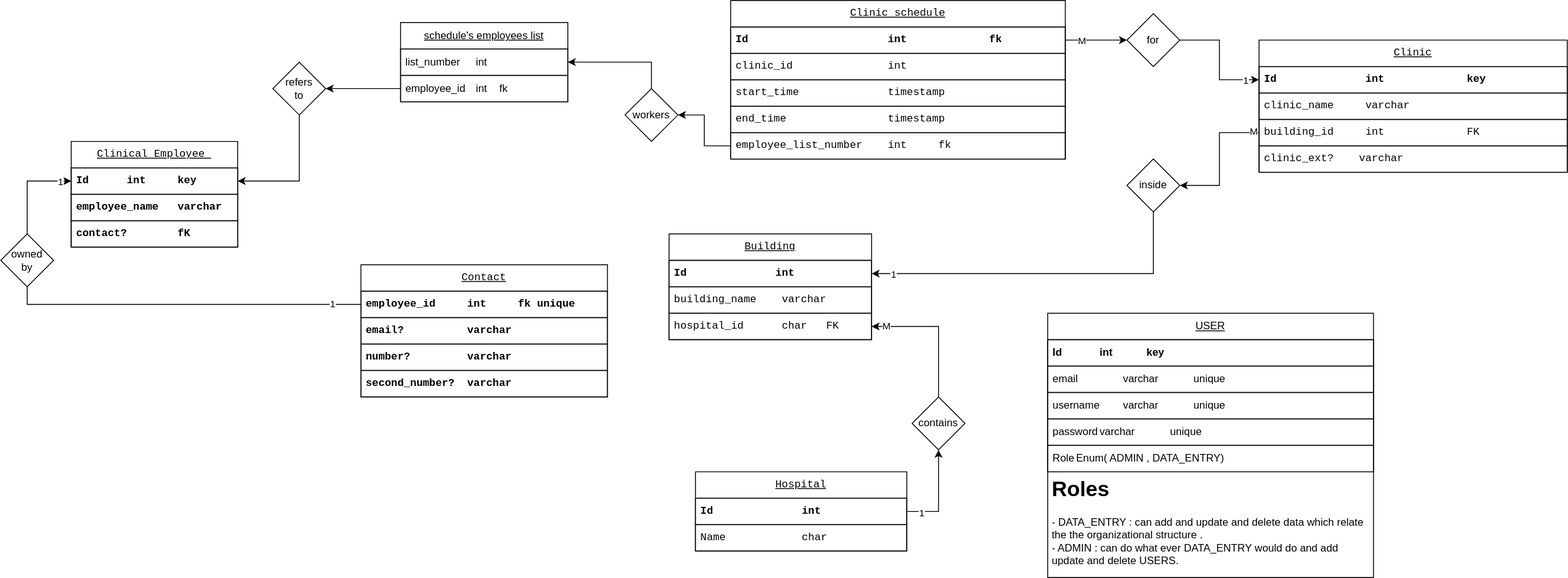
Above: etc/imgs/database.drawio.svg in Abdullah-Khawahir/clinics-schedules (draw.io), before the change. Source tidied: cells renumbered, new cells last; positions are measured from the earlier drawing's top-left corner, leaving out a move shared by most shapes.
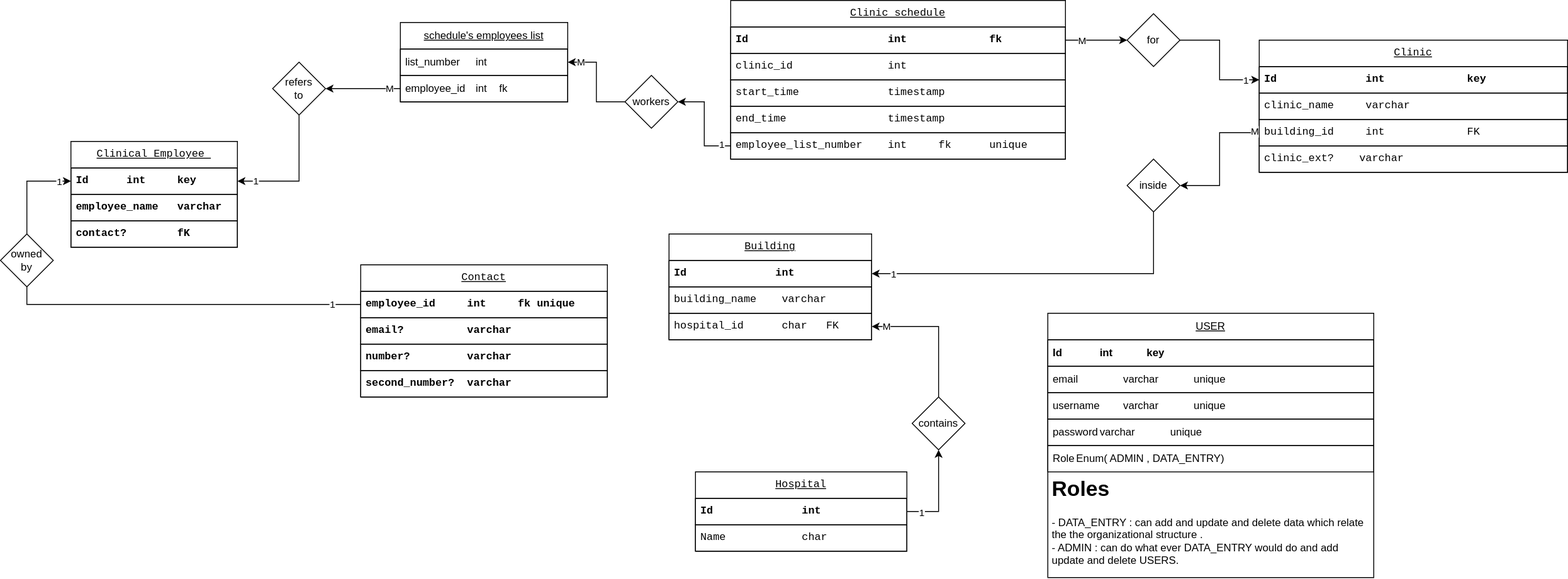
The same diagram one commit later.

Change to the diagram source:
```diff
@@ -65,7 +65,7 @@
     <mxCell id="22" value="end_time&lt;span style=&quot;white-space: pre;&quot;&gt;&#9;&lt;/span&gt;&lt;span style=&quot;white-space: pre;&quot;&gt;&#9;&lt;/span&gt;&lt;code class=&quot;type&quot;&gt;timestamp&lt;/code&gt;" style="text;strokeColor=default;fillColor=none;align=left;verticalAlign=middle;spacingLeft=4;spacingRight=4;overflow=hidden;whiteSpace=wrap;html=1;fontFamily=monospace;" parent="18" vertex="1">
       <mxGeometry y="120" width="380" height="30" as="geometry" />
     </mxCell>
-    <mxCell id="23" value="employee_list&lt;span style=&quot;white-space: pre;&quot;&gt;_number&#9;&lt;/span&gt;&lt;span style=&quot;white-space: pre;&quot;&gt;&lt;code&gt;int&lt;span style=&quot;white-space: pre;&quot;&gt;&#9;&lt;/span&gt;fk&lt;/code&gt;&lt;/span&gt;" style="text;strokeColor=default;fillColor=none;align=left;verticalAlign=middle;spacingLeft=4;spacingRight=4;overflow=hidden;points=[[0,0.5],[1,0.5]];portConstraint=eastwest;whiteSpace=wrap;html=1;fontFamily=monospace;" parent="18" vertex="1">
+    <mxCell id="23" value="employee_list&lt;span style=&quot;white-space: pre;&quot;&gt;_number&#9;&lt;/span&gt;&lt;span style=&quot;white-space: pre;&quot;&gt;&lt;code&gt;int&lt;span style=&quot;white-space: pre;&quot;&gt;&#9;&lt;/span&gt;fk&lt;/code&gt;&lt;/span&gt;&lt;span style=&quot;white-space: pre;&quot;&gt;&#9;&lt;/span&gt;unique" style="text;strokeColor=default;fillColor=none;align=left;verticalAlign=middle;spacingLeft=4;spacingRight=4;overflow=hidden;points=[[0,0.5],[1,0.5]];portConstraint=eastwest;whiteSpace=wrap;html=1;fontFamily=monospace;" parent="18" vertex="1">
       <mxGeometry y="150" width="380" height="30" as="geometry" />
     </mxCell>
     <mxCell id="24" value="Contact" style="swimlane;fontStyle=4;horizontal=1;startSize=30;whiteSpace=wrap;html=1;fontFamily=monospace;" parent="1" vertex="1">
@@ -186,20 +186,34 @@
     <mxCell id="61" style="edgeStyle=orthogonalEdgeStyle;rounded=0;jettySize=auto;html=1;entryX=1;entryY=0.5;entryDx=0;entryDy=0;" parent="1" edge="1" source="63" target="15">
       <mxGeometry relative="1" as="geometry" />
     </mxCell>
+    <mxCell id="67" value="1" style="edgeLabel;html=1;align=center;verticalAlign=middle;" parent="61" vertex="1">
+      <mxGeometry x="0.71" relative="1" as="geometry" />
+    </mxCell>
     <mxCell id="62" style="edgeStyle=orthogonalEdgeStyle;rounded=0;jettySize=auto;html=1;entryX=1;entryY=0.5;entryDx=0;entryDy=0;" parent="1" edge="1" source="60" target="63">
       <mxGeometry relative="1" as="geometry" />
     </mxCell>
+    <mxCell id="68" value="M" style="edgeLabel;html=1;align=center;verticalAlign=middle;" parent="62" vertex="1">
+      <mxGeometry x="-0.7" y="1" relative="1" as="geometry">
+        <mxPoint y="-1" as="offset" />
+      </mxGeometry>
+    </mxCell>
     <mxCell id="63" value="&lt;div&gt;refers&lt;/div&gt;&lt;div&gt;to&lt;br&gt;&lt;/div&gt;" style="rhombus;whiteSpace=wrap;html=1;" parent="1" vertex="1">
       <mxGeometry x="309" y="70" width="60" height="60" as="geometry" />
     </mxCell>
     <mxCell id="64" style="edgeStyle=orthogonalEdgeStyle;rounded=0;jettySize=auto;html=1;entryX=1;entryY=0.5;entryDx=0;entryDy=0;" parent="1" edge="1" source="66" target="59">
       <mxGeometry relative="1" as="geometry" />
     </mxCell>
+    <mxCell id="69" value="M" style="edgeLabel;html=1;align=center;verticalAlign=middle;" parent="64" vertex="1">
+      <mxGeometry x="0.73" relative="1" as="geometry" />
+    </mxCell>
     <mxCell id="65" style="edgeStyle=orthogonalEdgeStyle;rounded=0;jettySize=auto;html=1;entryX=1;entryY=0.5;entryDx=0;entryDy=0;" parent="1" edge="1" source="23" target="66">
       <mxGeometry relative="1" as="geometry" />
     </mxCell>
+    <mxCell id="70" value="1" style="edgeLabel;html=1;align=center;verticalAlign=middle;" parent="65" vertex="1">
+      <mxGeometry x="-0.8" y="-1" relative="1" as="geometry" />
+    </mxCell>
     <mxCell id="66" value="workers" style="rhombus;whiteSpace=wrap;html=1;" parent="1" vertex="1">
-      <mxGeometry x="709" y="100" width="60" height="60" as="geometry" />
+      <mxGeometry x="709" y="85" width="60" height="60" as="geometry" />
     </mxCell>
   </root>
 </mxGraphModel>
```
